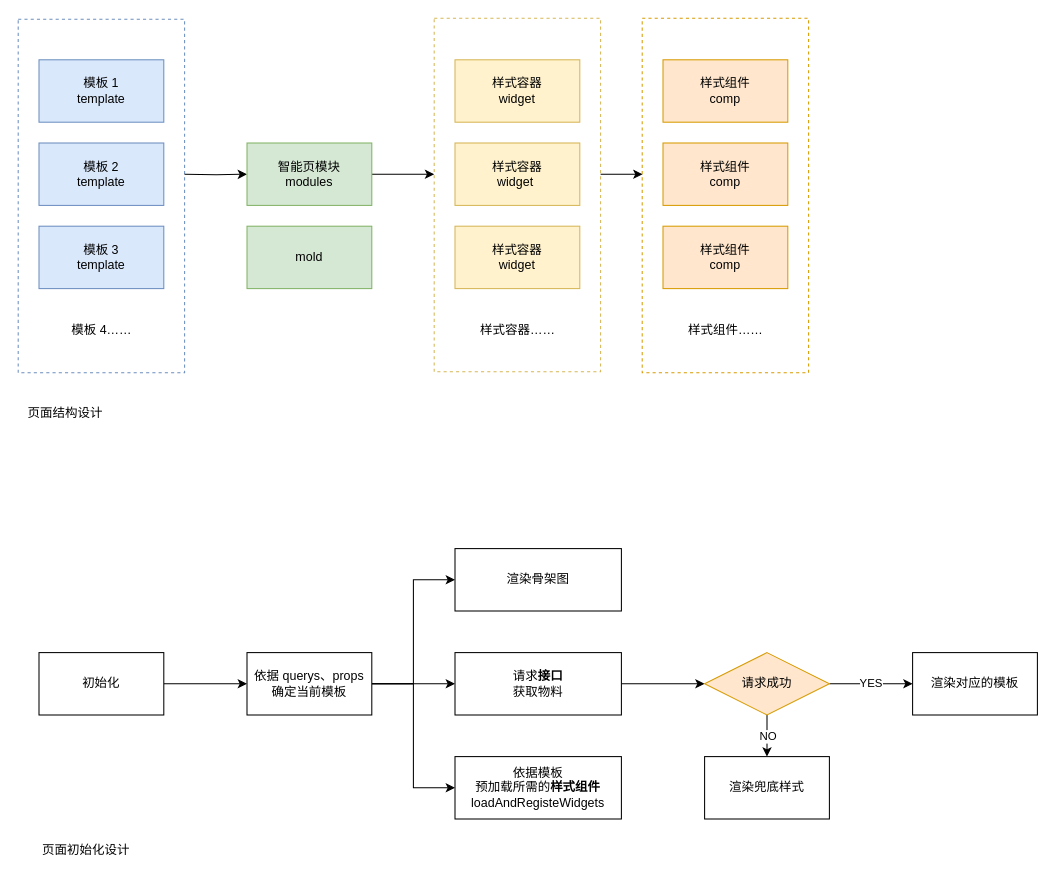
The draw.io diagram FC programmed landing page.drawio in qqqqqcy/processon, before the edit. Source tidied: cells renumbered, new cells numbered last; positions are measured from the earlier drawing's top-left corner, leaving out a move shared by most shapes. Both pictures are drawn from the tidied source at 104%, with x=0, y=0 at pixel (18, 18).
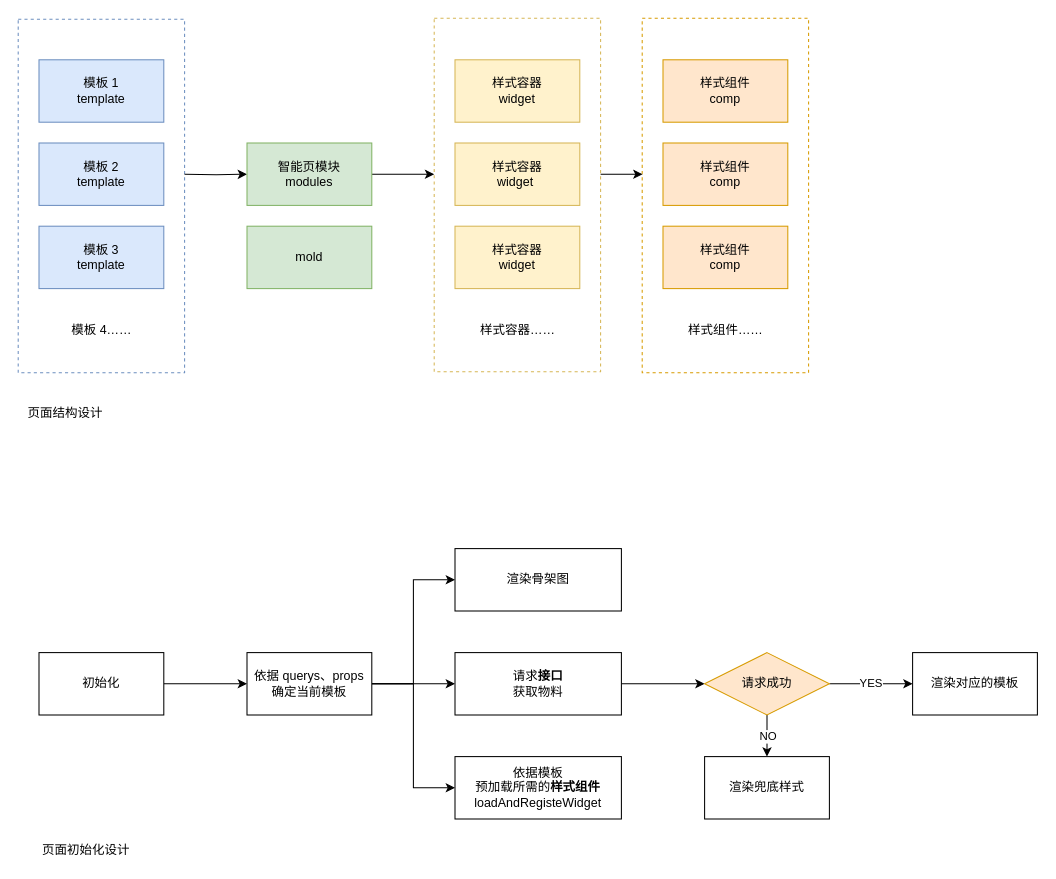
Above is the later version.

Change to the diagram source:
```diff
@@
-    <mxCell id="31" value="依据模板&lt;br&gt;预加载所需的&lt;b&gt;样式组件&lt;br&gt;&lt;/b&gt;loadAndRegisteWidgets" style="rounded=0;whiteSpace=wrap;html=1;strokeColor=default;fillColor=default;" parent="1" vertex="1">
+    <mxCell id="31" value="依据模板&lt;br&gt;预加载所需的&lt;b&gt;样式组件&lt;br&gt;&lt;/b&gt;loadAndRegisteWidget" style="rounded=0;whiteSpace=wrap;html=1;strokeColor=default;fillColor=default;" parent="1" vertex="1">
       <mxGeometry x="420" y="710" width="160" height="60" as="geometry" />
     </mxCell>
```
